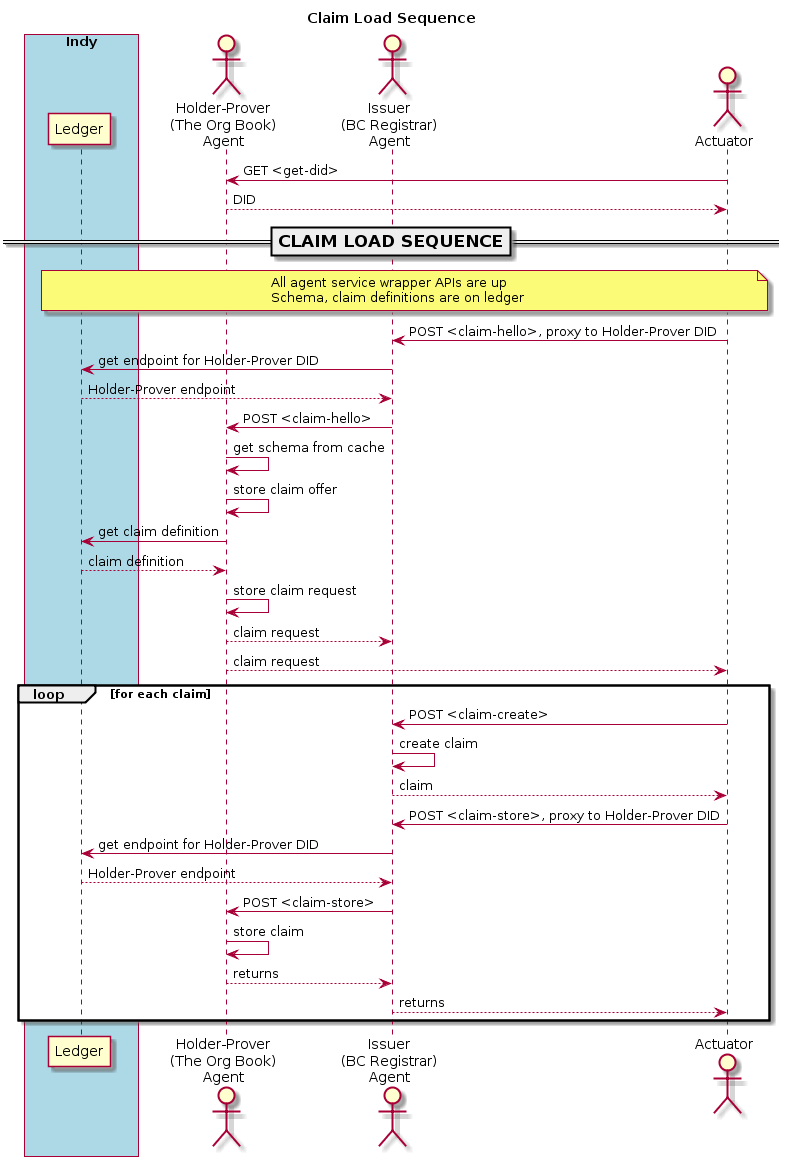
Above: doc/pic/claim-load.png in PSPC-SPAC-buyandsell/von_base (PlantUML), before the change.
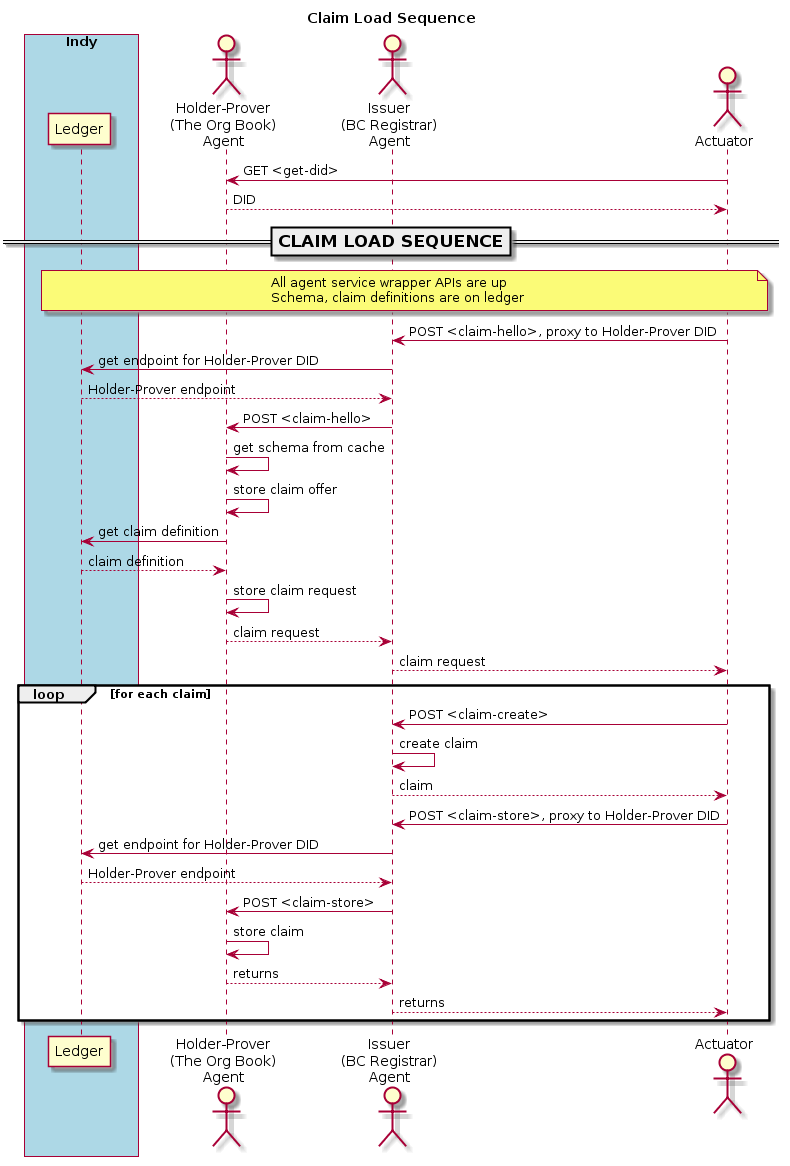
After the change.

What changed in the source:
```diff
@@ -32,7 +32,7 @@
 ledger --> obag: claim definition
 obag -> obag: store claim request
 obag --> bcrag: claim request
-obag --> ator: claim request
+bcrag --> ator: claim request
 
 loop for each claim
     ator -> bcrag: POST <claim-create>
```
